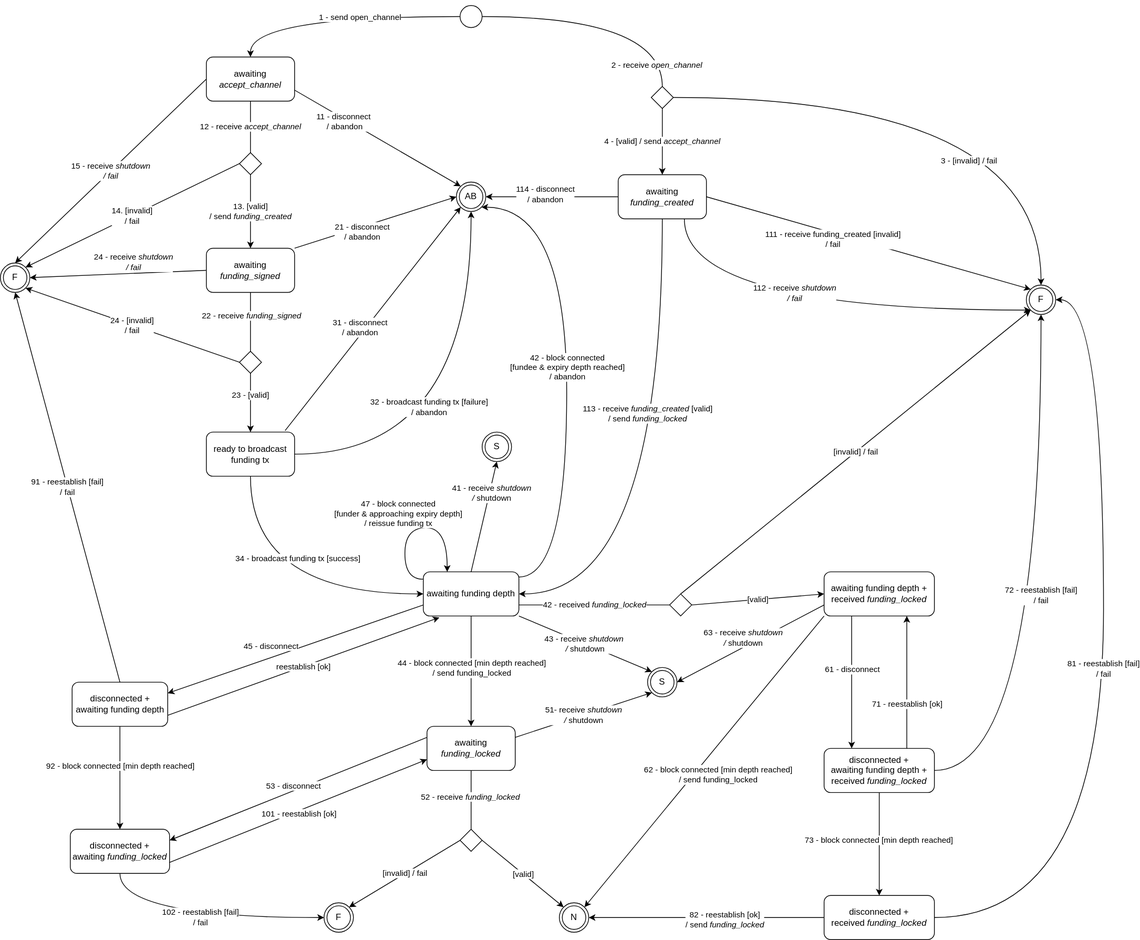
Before: docs/OpenChannel.svg, a diagram exported from draw.io (node-lightning/node-lightning). Source tidied: cells renumbered, new cells last; positions are measured from the earlier drawing's top-left corner, leaving out a move shared by most shapes.
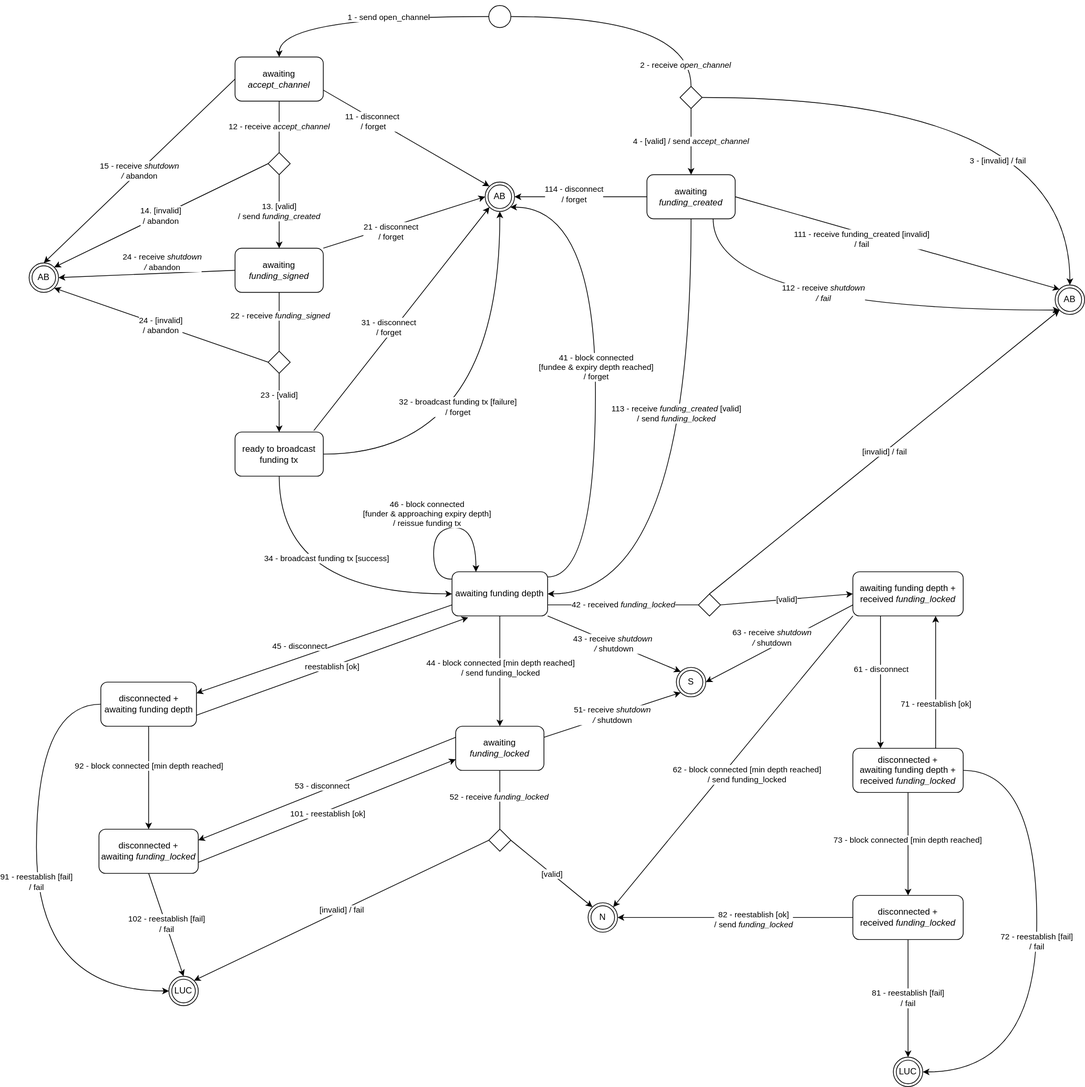
After the change.

Commit message:
docs: fix failure results for open channel

This modifies the failure conditions for open channel states so that
reconnection failures result in an end transition to "local unilateral
close".  Prior to that any invalid states result in an "abandon" final
stage, however the effect is split between "fail" and "forget". Under
a "fail" condition, you can optionally send the error message to the
peer.

Diff of the diagram source:
```diff
@@ -28,18 +28,18 @@
     <mxCell id="7" style="ellipse;whiteSpace=wrap;html=1;" parent="1" vertex="1">
       <mxGeometry x="625" width="30" height="30" as="geometry" />
     </mxCell>
-    <mxCell id="8" value="14. [invalid]&lt;br&gt;/ fail" style="rounded=0;jettySize=auto;html=1;entryX=1;entryY=0;entryDx=0;entryDy=0;exitX=0;exitY=0.5;exitDx=0;exitDy=0;" parent="1" edge="1" source="85" target="47">
+    <mxCell id="8" value="14. [invalid]&lt;br&gt;/ abandon" style="rounded=0;jettySize=auto;html=1;entryX=1;entryY=0;entryDx=0;entryDy=0;exitX=0;exitY=0.5;exitDx=0;exitDy=0;" parent="1" edge="1" source="85" target="47">
       <mxGeometry relative="1" as="geometry" />
     </mxCell>
     <mxCell id="9" style="rounded=0;jettySize=auto;html=1;exitX=1;exitY=0.75;exitDx=0;exitDy=0;entryX=0;entryY=0;entryDx=0;entryDy=0;" parent="1" edge="1" source="12" target="48">
       <mxGeometry relative="1" as="geometry" />
     </mxCell>
-    <mxCell id="10" value="11 - disconnect&amp;nbsp;&lt;br&gt;/ abandon" style="edgeLabel;html=1;align=center;verticalAlign=middle;" parent="9" vertex="1">
+    <mxCell id="10" value="11 - disconnect&amp;nbsp;&lt;br&gt;/ forget" style="edgeLabel;html=1;align=center;verticalAlign=middle;" parent="9" vertex="1">
       <mxGeometry x="-0.71" y="-13" relative="1" as="geometry">
         <mxPoint x="41" y="12" as="offset" />
       </mxGeometry>
     </mxCell>
-    <mxCell id="11" value="15 - receive &lt;i&gt;shutdown&lt;br&gt;/ fail&lt;br&gt;&lt;/i&gt;" style="rounded=0;jettySize=auto;html=1;exitX=0;exitY=0.5;exitDx=0;exitDy=0;" parent="1" edge="1" source="12">
+    <mxCell id="11" value="15 - receive &lt;i&gt;shutdown&lt;br&gt;/ &lt;/i&gt;abandon" style="rounded=0;jettySize=auto;html=1;exitX=0;exitY=0.5;exitDx=0;exitDy=0;" parent="1" edge="1" source="12">
       <mxGeometry relative="1" as="geometry">
         <mxPoint x="20" y="350" as="targetPoint" />
       </mxGeometry>
@@ -50,7 +50,7 @@
     <mxCell id="13" value="13. [valid]&lt;br&gt;/ send&amp;nbsp;&lt;i&gt;funding_created&lt;/i&gt;" style="edgeStyle=orthogonalEdgeStyle;rounded=0;jettySize=auto;html=1;exitX=0.5;exitY=1;exitDx=0;exitDy=0;curved=1;startArrow=none;" parent="1" edge="1" source="85" target="19">
       <mxGeometry relative="1" as="geometry" />
     </mxCell>
-    <mxCell id="14" value="24 - [invalid]&lt;br&gt;/ fail" style="rounded=0;jettySize=auto;html=1;exitX=0;exitY=0.5;exitDx=0;exitDy=0;entryX=1;entryY=1;entryDx=0;entryDy=0;" parent="1" edge="1" source="87" target="47">
+    <mxCell id="14" value="24 - [invalid]&lt;br&gt;/ abandon" style="rounded=0;jettySize=auto;html=1;exitX=0;exitY=0.5;exitDx=0;exitDy=0;entryX=1;entryY=1;entryDx=0;entryDy=0;" parent="1" edge="1" source="87" target="47">
       <mxGeometry relative="1" as="geometry" />
     </mxCell>
     <mxCell id="15" value="23 - [valid]" style="edgeStyle=orthogonalEdgeStyle;curved=1;jettySize=auto;html=1;exitX=0.5;exitY=1;exitDx=0;exitDy=0;entryX=0.5;entryY=0;entryDx=0;entryDy=0;startArrow=none;" parent="1" edge="1" source="87" target="26">
@@ -64,12 +64,12 @@
     <mxCell id="16" style="jettySize=auto;html=1;exitX=1;exitY=0;exitDx=0;exitDy=0;entryX=0;entryY=0.5;entryDx=0;entryDy=0;" parent="1" edge="1" source="19" target="48">
       <mxGeometry relative="1" as="geometry" />
     </mxCell>
-    <mxCell id="17" value="21 - disconnect&lt;br&gt;/ abandon" style="edgeLabel;html=1;align=center;verticalAlign=middle;" parent="16" vertex="1">
+    <mxCell id="17" value="21 - disconnect&lt;br&gt;/ forget" style="edgeLabel;html=1;align=center;verticalAlign=middle;" parent="16" vertex="1">
       <mxGeometry x="-0.29" y="5" relative="1" as="geometry">
         <mxPoint x="15" y="7" as="offset" />
       </mxGeometry>
     </mxCell>
-    <mxCell id="18" value="24 - receive &lt;i&gt;shutdown &lt;br&gt;/ fail&lt;/i&gt;" style="edgeStyle=none;rounded=0;jettySize=auto;html=1;exitX=0;exitY=0.5;exitDx=0;exitDy=0;" parent="1" edge="1" source="19">
+    <mxCell id="18" value="24 - receive &lt;i&gt;shutdown &lt;br&gt;/ &lt;/i&gt;abandon" style="edgeStyle=none;rounded=0;jettySize=auto;html=1;exitX=0;exitY=0.5;exitDx=0;exitDy=0;" parent="1" edge="1" source="19">
       <mxGeometry x="-0.18" y="-15" relative="1" as="geometry">
         <mxPoint x="40" y="370" as="targetPoint" />
       </mxGeometry>
@@ -92,7 +92,7 @@
     <mxCell id="22" style="jettySize=auto;html=1;exitX=0.892;exitY=-0.033;exitDx=0;exitDy=0;entryX=0;entryY=1;entryDx=0;entryDy=0;exitPerimeter=0;" parent="1" edge="1" source="26" target="48">
       <mxGeometry relative="1" as="geometry" />
     </mxCell>
-    <mxCell id="23" value="31 - disconnect&lt;br&gt;/ abandon" style="edgeLabel;html=1;align=center;verticalAlign=middle;" parent="22" vertex="1">
+    <mxCell id="23" value="31 - disconnect&lt;br&gt;/ forget" style="edgeLabel;html=1;align=center;verticalAlign=middle;" parent="22" vertex="1">
       <mxGeometry x="-0.29" y="29" relative="1" as="geometry">
         <mxPoint x="39" y="-14" as="offset" />
       </mxGeometry>
@@ -100,7 +100,7 @@
     <mxCell id="24" style="edgeStyle=orthogonalEdgeStyle;rounded=0;jettySize=auto;html=1;entryX=0.5;entryY=1;entryDx=0;entryDy=0;curved=1;exitX=1;exitY=0.5;exitDx=0;exitDy=0;" parent="1" edge="1" source="26" target="48">
       <mxGeometry relative="1" as="geometry" />
     </mxCell>
-    <mxCell id="25" value="32 - broadcast funding tx [failure]&lt;br&gt;/ abandon" style="edgeLabel;html=1;align=center;verticalAlign=middle;" parent="24" vertex="1">
+    <mxCell id="25" value="32 - broadcast funding tx [failure]&lt;br&gt;/ forget" style="edgeLabel;html=1;align=center;verticalAlign=middle;" parent="24" vertex="1">
       <mxGeometry x="-0.23" relative="1" as="geometry">
         <mxPoint x="-39" y="-65" as="offset" />
       </mxGeometry>
@@ -132,7 +132,7 @@
         </Array>
       </mxGeometry>
     </mxCell>
-    <mxCell id="32" value="42 - block connected &lt;br&gt;[fundee &amp;amp; expiry depth reached]&lt;br&gt;/ abandon" style="edgeLabel;html=1;align=center;verticalAlign=middle;" parent="31" vertex="1">
+    <mxCell id="32" value="41 - block connected &lt;br&gt;[fundee &amp;amp; expiry depth reached]&lt;br&gt;/ forget" style="edgeLabel;html=1;align=center;verticalAlign=middle;" parent="31" vertex="1">
       <mxGeometry x="-0.05" y="-2" relative="1" as="geometry">
         <mxPoint x="-2" y="-26" as="offset" />
       </mxGeometry>
@@ -140,12 +140,6 @@
     <mxCell id="33" value="[valid]" style="edgeStyle=none;jettySize=auto;html=1;exitX=1;exitY=0.5;exitDx=0;exitDy=0;entryX=0;entryY=0.5;entryDx=0;entryDy=0;elbow=vertical;startArrow=none;" parent="1" edge="1" source="98" target="70">
       <mxGeometry relative="1" as="geometry" />
     </mxCell>
-    <mxCell id="34" style="rounded=0;jettySize=auto;html=1;exitX=0.5;exitY=0;exitDx=0;exitDy=0;entryX=0.5;entryY=1;entryDx=0;entryDy=0;" parent="1" edge="1" source="37" target="83">
-      <mxGeometry relative="1" as="geometry" />
-    </mxCell>
-    <mxCell id="35" value="41 - receive &lt;i&gt;shutdown&lt;br&gt;/ &lt;/i&gt;shutdown" style="edgeLabel;html=1;align=center;verticalAlign=middle;" parent="34" vertex="1">
-      <mxGeometry x="0.44" y="-2" relative="1" as="geometry" />
-    </mxCell>
     <mxCell id="36" value="43 - receive &lt;i&gt;shutdown&amp;nbsp;&lt;br&gt;/ &lt;/i&gt;shutdown" style="edgeStyle=none;rounded=0;jettySize=auto;html=1;exitX=1;exitY=1;exitDx=0;exitDy=0;entryX=0;entryY=0;entryDx=0;entryDy=0;" parent="1" edge="1" source="37" target="84">
       <mxGeometry relative="1" as="geometry" />
     </mxCell>
@@ -163,7 +157,7 @@
     <mxCell id="40" style="jettySize=auto;html=1;exitX=0;exitY=0.5;exitDx=0;exitDy=0;entryX=1;entryY=0.5;entryDx=0;entryDy=0;elbow=vertical;" parent="1" edge="1" source="45" target="48">
       <mxGeometry relative="1" as="geometry" />
     </mxCell>
-    <mxCell id="41" value="114 - disconnect&lt;br&gt;/ abandon" style="edgeLabel;html=1;align=center;verticalAlign=middle;" parent="40" vertex="1">
+    <mxCell id="41" value="114 - disconnect&lt;br&gt;/ forget" style="edgeLabel;html=1;align=center;verticalAlign=middle;" parent="40" vertex="1">
       <mxGeometry x="0.11" y="-4" relative="1" as="geometry" />
     </mxCell>
     <mxCell id="42" value="113 - receive&amp;nbsp;&lt;i&gt;funding_created&lt;/i&gt;&amp;nbsp;[valid]&lt;br&gt;/ send&amp;nbsp;&lt;i&gt;funding_locked&lt;/i&gt;" style="edgeStyle=orthogonalEdgeStyle;curved=1;jettySize=auto;html=1;exitX=0.5;exitY=1;exitDx=0;exitDy=0;entryX=1;entryY=0.5;entryDx=0;entryDy=0;elbow=vertical;" parent="1" edge="1" source="45" target="37">
@@ -191,13 +185,13 @@
     <mxCell id="46" style="edgeStyle=none;orthogonalLoop=1;jettySize=auto;html=1;exitX=0.5;exitY=0;exitDx=0;exitDy=0;" parent="1" edge="1" source="7" target="7">
       <mxGeometry relative="1" as="geometry" />
     </mxCell>
-    <mxCell id="47" value="F" style="ellipse;shape=doubleEllipse;whiteSpace=wrap;html=1;" parent="1" vertex="1">
+    <mxCell id="47" value="AB" style="ellipse;shape=doubleEllipse;whiteSpace=wrap;html=1;" parent="1" vertex="1">
       <mxGeometry y="350" width="40" height="40" as="geometry" />
     </mxCell>
     <mxCell id="48" value="AB" style="ellipse;shape=doubleEllipse;whiteSpace=wrap;html=1;" parent="1" vertex="1">
       <mxGeometry x="620" y="240" width="40" height="40" as="geometry" />
     </mxCell>
-    <mxCell id="49" value="F" style="ellipse;shape=doubleEllipse;whiteSpace=wrap;html=1;" parent="1" vertex="1">
+    <mxCell id="49" value="AB" style="ellipse;shape=doubleEllipse;whiteSpace=wrap;html=1;" parent="1" vertex="1">
       <mxGeometry x="1395" y="380" width="40" height="40" as="geometry" />
     </mxCell>
     <mxCell id="50" style="edgeStyle=none;jettySize=auto;html=1;exitX=0;exitY=0.25;exitDx=0;exitDy=0;entryX=1;entryY=0.25;entryDx=0;entryDy=0;elbow=vertical;" parent="1" edge="1" source="55" target="64">
@@ -229,8 +223,13 @@
     <mxCell id="58" value="reestablish [ok]" style="edgeStyle=none;rounded=0;jettySize=auto;html=1;exitX=1;exitY=0.75;exitDx=0;exitDy=0;entryX=0.169;entryY=1.033;entryDx=0;entryDy=0;entryPerimeter=0;endArrow=classic;endFill=1;" parent="1" edge="1" source="60" target="37">
       <mxGeometry relative="1" as="geometry" />
     </mxCell>
-    <mxCell id="59" value="91 - reestablish [fail]&lt;br&gt;/ fail" style="edgeStyle=none;rounded=0;jettySize=auto;html=1;exitX=0.5;exitY=0;exitDx=0;exitDy=0;entryX=0.5;entryY=1;entryDx=0;entryDy=0;endArrow=classic;endFill=1;" parent="1" edge="1" source="60" target="47">
-      <mxGeometry relative="1" as="geometry" />
+    <mxCell id="59" value="91 - reestablish [fail]&lt;br&gt;/ fail" style="edgeStyle=orthogonalEdgeStyle;rounded=0;jettySize=auto;html=1;exitX=0;exitY=0.5;exitDx=0;exitDy=0;endArrow=classic;endFill=1;curved=1;entryX=0;entryY=0.5;entryDx=0;entryDy=0;" parent="1" edge="1" source="60" target="96">
+      <mxGeometry relative="1" as="geometry">
+        <Array as="points">
+          <mxPoint x="10" y="950" />
+          <mxPoint x="10" y="1340" />
+        </Array>
+      </mxGeometry>
     </mxCell>
     <mxCell id="60" value="disconnected + awaiting funding depth" style="rounded=1;whiteSpace=wrap;html=1;" parent="1" vertex="1">
       <mxGeometry x="97.5" y="920" width="130" height="60" as="geometry" />
@@ -295,21 +294,23 @@
         </Array>
       </mxGeometry>
     </mxCell>
-    <mxCell id="77" value="47 - block connected &lt;br&gt;[funder &amp;amp; approaching expiry depth]&lt;br&gt;/ reissue funding tx" style="edgeLabel;html=1;align=center;verticalAlign=middle;" parent="76" vertex="1">
+    <mxCell id="77" value="46 - block connected &lt;br&gt;[funder &amp;amp; approaching expiry depth]&lt;br&gt;/ reissue funding tx" style="edgeLabel;html=1;align=center;verticalAlign=middle;" parent="76" vertex="1">
       <mxGeometry x="-0.01" y="-4" relative="1" as="geometry">
         <mxPoint x="-20" y="-24" as="offset" />
       </mxGeometry>
     </mxCell>
-    <mxCell id="78" value="102 - reestablish [fail]&lt;br&gt;/ fail" style="edgeStyle=orthogonalEdgeStyle;jettySize=auto;html=1;exitX=0.5;exitY=1;exitDx=0;exitDy=0;entryX=0;entryY=0.5;entryDx=0;entryDy=0;elbow=vertical;curved=1;" parent="1" edge="1" source="64" target="96">
+    <mxCell id="78" value="102 - reestablish [fail]&lt;br&gt;/ fail" style="jettySize=auto;html=1;exitX=0.5;exitY=1;exitDx=0;exitDy=0;entryX=0.5;entryY=0;entryDx=0;entryDy=0;elbow=vertical;" parent="1" edge="1" source="64" target="96">
       <mxGeometry x="-0.01" relative="1" as="geometry">
-        <Array as="points">
-          <mxPoint x="163" y="1240" />
-        </Array>
         <mxPoint x="1" as="offset" />
       </mxGeometry>
     </mxCell>
-    <mxCell id="79" value="72 - reestablish [fail]&lt;br&gt;/ fail" style="edgeStyle=orthogonalEdgeStyle;jettySize=auto;html=1;exitX=1;exitY=0.5;exitDx=0;exitDy=0;entryX=0.5;entryY=1;entryDx=0;entryDy=0;elbow=vertical;curved=1;" parent="1" edge="1" source="74" target="49">
-      <mxGeometry relative="1" as="geometry" />
+    <mxCell id="79" value="72 - reestablish [fail]&lt;br&gt;/ fail" style="edgeStyle=orthogonalEdgeStyle;jettySize=auto;html=1;exitX=1;exitY=0.5;exitDx=0;exitDy=0;entryX=1;entryY=0.5;entryDx=0;entryDy=0;elbow=vertical;curved=1;" parent="1" edge="1" source="74" target="101">
+      <mxGeometry relative="1" as="geometry">
+        <Array as="points">
+          <mxPoint x="1370" y="1040" />
+          <mxPoint x="1370" y="1450" />
+        </Array>
+      </mxGeometry>
     </mxCell>
     <mxCell id="80" style="jettySize=auto;html=1;exitX=0;exitY=0.5;exitDx=0;exitDy=0;entryX=1;entryY=0.5;entryDx=0;entryDy=0;elbow=vertical;" parent="1" edge="1" source="75" target="61">
       <mxGeometry relative="1" as="geometry" />
@@ -319,17 +320,9 @@
         <mxPoint x="-70" y="1" as="offset" />
       </mxGeometry>
     </mxCell>
-    <mxCell id="82" value="81 - reestablish [fail]&lt;br&gt;/ fail" style="jettySize=auto;html=1;exitX=1;exitY=0.5;exitDx=0;exitDy=0;elbow=vertical;entryX=1;entryY=0.5;entryDx=0;entryDy=0;edgeStyle=orthogonalEdgeStyle;curved=1;" parent="1" edge="1" source="75" target="49">
-      <mxGeometry relative="1" as="geometry">
-        <Array as="points">
-          <mxPoint x="1500" y="1240" />
-          <mxPoint x="1500" y="400" />
-        </Array>
-      </mxGeometry>
+    <mxCell id="82" value="81 - reestablish [fail]&lt;br&gt;/ fail" style="jettySize=auto;html=1;exitX=0.5;exitY=1;exitDx=0;exitDy=0;elbow=vertical;entryX=0.5;entryY=0;entryDx=0;entryDy=0;" parent="1" edge="1" source="75" target="101">
+      <mxGeometry relative="1" as="geometry" />
     </mxCell>
-    <mxCell id="83" value="S" style="ellipse;shape=doubleEllipse;whiteSpace=wrap;html=1;" parent="1" vertex="1">
-      <mxGeometry x="655" y="580" width="40" height="40" as="geometry" />
-    </mxCell>
     <mxCell id="84" value="S" style="ellipse;shape=doubleEllipse;whiteSpace=wrap;html=1;" parent="1" vertex="1">
       <mxGeometry x="880" y="900" width="40" height="40" as="geometry" />
     </mxCell>
@@ -366,8 +359,8 @@
     <mxCell id="95" value="52 - receive &lt;i&gt;funding_locked&lt;/i&gt;" style="edgeLabel;html=1;align=center;verticalAlign=middle;" parent="94" vertex="1">
       <mxGeometry x="-0.13" y="-2" relative="1" as="geometry" />
     </mxCell>
-    <mxCell id="96" value="F" style="ellipse;shape=doubleEllipse;whiteSpace=wrap;html=1;" parent="1" vertex="1">
-      <mxGeometry x="440" y="1220" width="40" height="40" as="geometry" />
+    <mxCell id="96" value="LUC" style="ellipse;shape=doubleEllipse;whiteSpace=wrap;html=1;" parent="1" vertex="1">
+      <mxGeometry x="190" y="1320" width="40" height="40" as="geometry" />
     </mxCell>
     <mxCell id="97" value="[invalid] / fail" style="edgeStyle=none;rounded=0;jettySize=auto;html=1;exitX=0.5;exitY=0;exitDx=0;exitDy=0;entryX=0;entryY=1;entryDx=0;entryDy=0;" parent="1" edge="1" source="98" target="49">
       <mxGeometry relative="1" as="geometry" />
@@ -378,5 +371,11 @@
     <mxCell id="99" value="42 - received&amp;nbsp;&lt;i&gt;funding_locked&lt;/i&gt;" style="edgeStyle=none;jettySize=auto;html=1;exitX=1;exitY=0.75;exitDx=0;exitDy=0;entryX=0;entryY=0.5;entryDx=0;entryDy=0;elbow=vertical;endArrow=none;" parent="1" edge="1" source="37" target="98">
       <mxGeometry relative="1" as="geometry" />
     </mxCell>
+    <mxCell id="100" style="edgeStyle=none;rounded=0;orthogonalLoop=1;jettySize=auto;html=1;exitX=0.5;exitY=1;exitDx=0;exitDy=0;" parent="1" edge="1" source="96" target="96">
+      <mxGeometry relative="1" as="geometry" />
+    </mxCell>
+    <mxCell id="101" value="LUC" style="ellipse;shape=doubleEllipse;whiteSpace=wrap;html=1;" parent="1" vertex="1">
+      <mxGeometry x="1175" y="1430" width="40" height="40" as="geometry" />
+    </mxCell>
   </root>
 </mxGraphModel>
```
